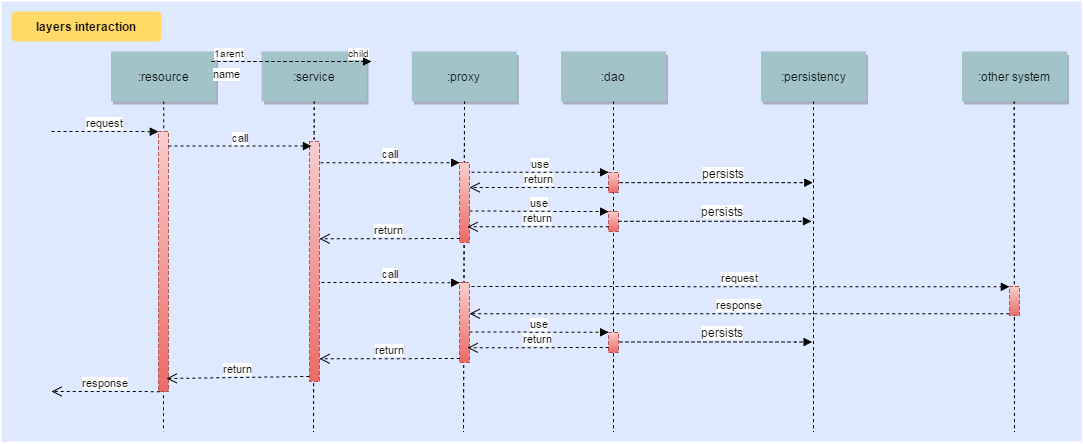
Earlier version of the draw.io export wiki/img/Layers.png (IPC-SynapsIs/synapsis-common). Source tidied: cells renumbered, new cells last; positions are measured from the earlier drawing's top-left corner, leaving out a move shared by most shapes.
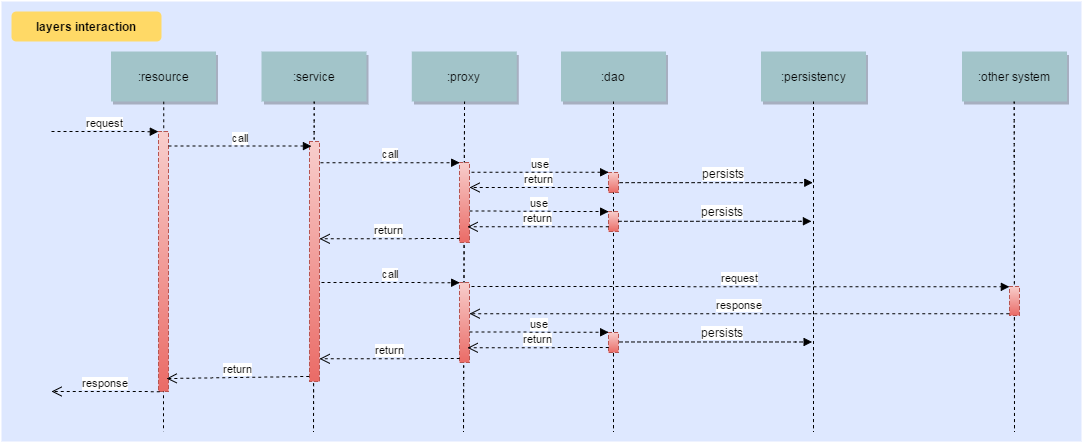
After the change.

Commit message:
Development standard using layers

What changed in the source:
```diff
@@ -137,27 +137,6 @@
         <mxPoint x="466" y="346.3" as="targetPoint" />
       </mxGeometry>
     </mxCell>
-    <mxCell id="37" style="endArrow=none;html=1;edgeStyle=orthogonalEdgeStyle;dashed=1;" parent="1" edge="1">
-      <mxGeometry relative="1" as="geometry">
-        <mxPoint x="210" y="60" as="sourcePoint" />
-        <mxPoint x="370" y="60" as="targetPoint" />
-      </mxGeometry>
-    </mxCell>
-    <mxCell id="38" value="parent" style="html=1;align=left;verticalAlign=bottom;labelBackgroundColor=#ffffff;fontSize=10;" parent="37" vertex="1">
-      <mxGeometry x="-1" relative="1" as="geometry" />
-    </mxCell>
-    <mxCell id="39" value="child" style="html=1;align=right;verticalAlign=bottom;labelBackgroundColor=#ffffff;fontSize=10;" parent="37" vertex="1">
-      <mxGeometry x="1" relative="1" as="geometry" />
-    </mxCell>
-    <mxCell id="40" value="name" style="endArrow=block;endFill=1;html=1;edgeStyle=orthogonalEdgeStyle;align=left;verticalAlign=top;dashed=1;" parent="1" edge="1">
-      <mxGeometry x="-1" relative="1" as="geometry">
-        <mxPoint x="210" y="60" as="sourcePoint" />
-        <mxPoint x="370" y="60" as="targetPoint" />
-      </mxGeometry>
-    </mxCell>
-    <mxCell id="41" value="1" style="html=1;align=left;verticalAlign=bottom;labelBackgroundColor=#ffffff;fontSize=10;" parent="40" vertex="1">
-      <mxGeometry x="-1" relative="1" as="geometry" />
-    </mxCell>
     <mxCell id="42" style="endArrow=block;endFill=1;html=1;edgeStyle=orthogonalEdgeStyle;align=left;verticalAlign=top;dashed=1;" parent="1" edge="1">
       <mxGeometry x="-1" relative="1" as="geometry">
         <mxPoint x="618" y="181.3" as="sourcePoint" />
```
